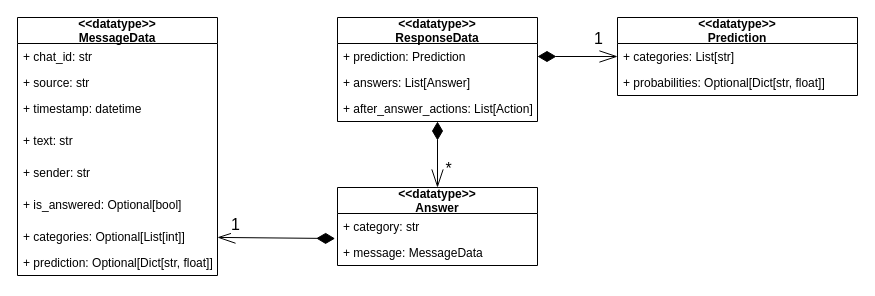
This is static/ClassDiagram.datatypes.drawio from plushchaynikolay/susudiploma, a draw.io file, before an edit. Source tidied: cells renumbered, new cells numbered last; positions are measured from the earlier drawing's top-left corner, leaving out a move shared by most shapes. Both pictures are drawn from the tidied source at 100%, with x=0, y=0 at pixel (17, 17).
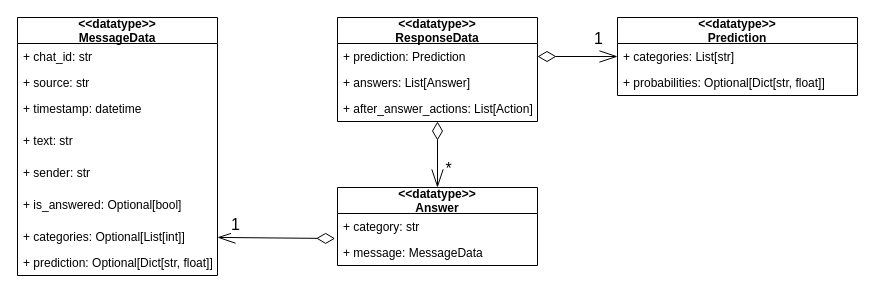
After the change.

Commit message (it also covers changes not shown here):
update datatypes diagram

The change refers to these unchanged cells:
```xml
<mxCell id="9" value="+ categories: Optional[List[int]]" style="text;strokeColor=none;fillColor=none;align=left;verticalAlign=top;spacingLeft=4;spacingRight=4;overflow=hidden;points=[[0,0.5],[1,0.5]];portConstraint=eastwest;" parent="2" vertex="1">
  <mxGeometry y="206" width="200" height="26" as="geometry" />
</mxCell>
<mxCell id="12" value="+ prediction: Prediction" style="text;strokeColor=none;fillColor=none;align=left;verticalAlign=top;spacingLeft=4;spacingRight=4;overflow=hidden;points=[[0,0.5],[1,0.5]];portConstraint=eastwest;" parent="11" vertex="1">
  <mxGeometry y="26" width="200" height="26" as="geometry" />
</mxCell>
<mxCell id="14" value="+ after_answer_actions: List[Action]" style="text;strokeColor=none;fillColor=none;align=left;verticalAlign=top;spacingLeft=4;spacingRight=4;overflow=hidden;points=[[0,0.5],[1,0.5]];portConstraint=eastwest;" parent="11" vertex="1">
  <mxGeometry y="78" width="200" height="26" as="geometry" />
</mxCell>
<mxCell id="20" value="+ categories: List[str]" style="text;strokeColor=none;fillColor=none;align=left;verticalAlign=top;spacingLeft=4;spacingRight=4;overflow=hidden;points=[[0,0.5],[1,0.5]];portConstraint=eastwest;" parent="19" vertex="1">
  <mxGeometry y="26" width="240" height="26" as="geometry" />
</mxCell>
<mxCell id="24" value="&lt;&lt;datatype&gt;&gt;&#10; Answer" style="swimlane;fontStyle=1;horizontal=1;startSize=26;fillColor=none;" parent="1" vertex="1">
  <mxGeometry x="320" y="170" width="200" height="78" as="geometry" />
</mxCell>
<mxCell id="26" value="+ message: MessageData" style="text;strokeColor=none;fillColor=none;align=left;verticalAlign=top;spacingLeft=4;spacingRight=4;overflow=hidden;points=[[0,0.5],[1,0.5]];portConstraint=eastwest;" parent="24" vertex="1">
  <mxGeometry y="52" width="200" height="26" as="geometry" />
</mxCell>
```

The edit, as a diff of the source:
```diff
@@
-    <mxCell id="15" style="edgeStyle=none;rounded=0;jettySize=auto;html=1;startArrow=openThin;startFill=0;startSize=16;endArrow=diamondThin;endFill=1;endSize=16;strokeColor=#000000;" parent="1" edge="1" source="24" target="14">
+    <mxCell id="15" style="edgeStyle=none;rounded=0;jettySize=auto;html=1;startArrow=openThin;startFill=0;startSize=16;endArrow=diamondThin;endFill=0;endSize=16;strokeColor=#000000;" parent="1" edge="1" source="24" target="14">
       <mxGeometry relative="1" as="geometry" />
     </mxCell>
@@
-    <mxCell id="17" style="rounded=0;jettySize=auto;html=1;entryX=1;entryY=0.5;entryDx=0;entryDy=0;startArrow=openThin;startFill=0;startSize=16;endArrow=diamondThin;endFill=1;endSize=16;strokeColor=#000000;exitX=0;exitY=0.5;exitDx=0;exitDy=0;" parent="1" edge="1" source="20" target="12">
+    <mxCell id="17" style="rounded=0;jettySize=auto;html=1;entryX=1;entryY=0.5;entryDx=0;entryDy=0;startArrow=openThin;startFill=0;startSize=16;endArrow=diamondThin;endFill=0;endSize=16;strokeColor=#000000;exitX=0;exitY=0.5;exitDx=0;exitDy=0;" parent="1" edge="1" source="20" target="12">
       <mxGeometry relative="1" as="geometry" />
     </mxCell>
@@
-    <mxCell id="22" style="edgeStyle=none;rounded=0;jettySize=auto;html=1;entryX=-0.012;entryY=-0.038;entryDx=0;entryDy=0;entryPerimeter=0;startArrow=openThin;startFill=0;startSize=16;endArrow=diamondThin;endFill=1;endSize=16;strokeColor=#000000;fontSize=16;" parent="1" edge="1" source="9" target="26">
+    <mxCell id="22" style="edgeStyle=none;rounded=0;jettySize=auto;html=1;entryX=-0.012;entryY=-0.038;entryDx=0;entryDy=0;entryPerimeter=0;startArrow=openThin;startFill=0;startSize=16;endArrow=diamondThin;endFill=0;endSize=16;strokeColor=#000000;fontSize=16;" parent="1" edge="1" source="9" target="26">
       <mxGeometry relative="1" as="geometry" />
     </mxCell>
```
